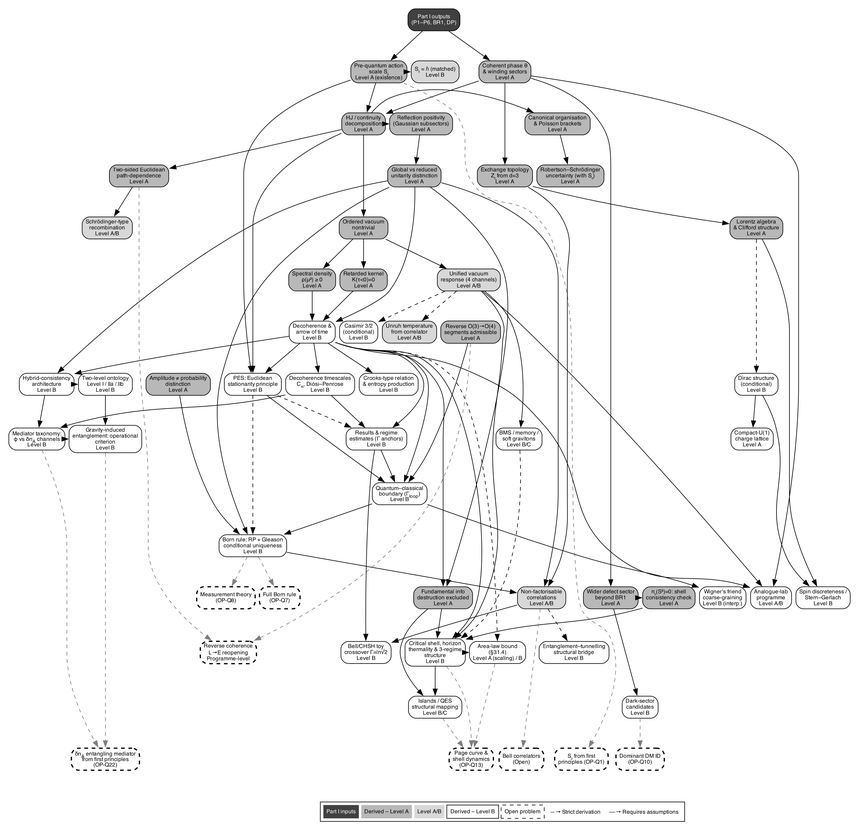
The Graphviz diagram companion/figures/fig_partIII_derivation_logic_pop.png in chufelo/ECT-preprint-code, before a commit. Its source is kept beside it as companion/scripts/fig_partIII_derivation_logic_pop.gv. Source of this version:
```dot
digraph PartIII {
  rankdir=TB;
  pad="0.2";
  margin="0";
  fontname="Helvetica";
  node [fontname="Helvetica", fontsize=9, shape=box, style="rounded,filled", margin="0.08,0.04"];
  edge [fontname="Helvetica", fontsize=7];
  splines=true;
  nodesep=0.10;
  ranksep=0.68;
  labeljust=c;

  node [fillcolor="#404040", fontcolor=white];
  inputs [label=<Part I outputs<BR/>(P1&#x2013;P6, BR1, DP)<BR/>>];

  node [fillcolor="#b8b8b8", fontcolor=black];
  phase       [label=<Coherent phase &#x03B8;<BR/>&#x26; winding sectors<BR/>Level A>];
  S0          [label=<Pre-quantum action<BR/>scale S&#x2080;<BR/>Level A (existence)>];
  HJ          [label=<HJ / continuity<BR/>decomposition<BR/>Level A>];
  RP          [label=<Reflection positivity<BR/>(Gaussian subsectors)<BR/>Level A>];
  unitarity   [label=<Global vs reduced<BR/>unitarity distinction<BR/>Level A>];
  canonical   [label=<Canonical organisation<BR/>&#x26; Poisson brackets<BR/>Level A>];
  uncertainty [label=<Robertson&#x2013;Schr&#xF6;dinger<BR/>uncertainty (with S&#x2080;)<BR/>Level A>];
  exchange    [label=<Exchange topology<BR/>Z&#x2082; from d=3<BR/>Level A>];
  path_dep    [label=<Two-sided Euclidean<BR/>path-dependence<BR/>Level A>];
  lorentz_cliff [label=<Lorentz algebra<BR/>&#x26; Clifford structure<BR/>Level A>];
  vac_nontrivial [label=<Ordered vacuum<BR/>nontrivial<BR/>Level A>];
  retarded    [label=<Retarded kernel<BR/>K(&#x03C4;&#x3C;0)=0<BR/>Level A>];
  spectral    [label=<Spectral density<BR/>&#x03C1;(&#x03BC;&#xB2;) &#x2265; 0<BR/>Level A>];
  reverse     [label=<Reverse O(3)&#x2192;O(4)<BR/>segments admissible<BR/>Level A>];
  amp_prob    [label=<Amplitude &#x2260; probability<BR/>distinction<BR/>Level A>];
  no_info_loss [label=<Fundamental info<BR/>destruction excluded<BR/>Level A>];
  wider_state [label=<Wider defect sector<BR/>beyond BR1<BR/>Level A>];
  homotopy    [label=<&#x03C0;&#x2082;(S&#xB3;)=0: shell<BR/>consistency check<BR/>Level A>];

  node [fillcolor="#d8d8d8", fontcolor=black];
  S0_match    [label=<S&#x2080; = &#x210F; (matched)<BR/>Level B>];
  schrod      [label=<Schr&#xF6;dinger-type<BR/>recombination<BR/>Level A/B>];
  unruh_T     [label=<Unruh temperature<BR/>from correlator<BR/>Level A/B>];
  unified_vac [label=<Unified vacuum<BR/>response (4 channels)<BR/>Level A/B>];
  entangle    [label=<Non-factorisable<BR/>correlations<BR/>Level A/B>];

  node [fillcolor="#ffffff", fontcolor=black];
  decoh        [label=<Decoherence &#x26;<BR/>arrow of time<BR/>Level B>];
  tau_dec      [label=<Decoherence timescales<BR/>C&#x2086;&#x2080;, Di&#xF3;si&#x2013;Penrose<BR/>Level B>];
  crooks       [label=<Crooks-type relation<BR/>&#x26; entropy production<BR/>Level B>];
  born         [label=<Born rule: RP + Gleason<BR/>conditional uniqueness<BR/>Level B>];
  qc_boundary  [label=<Quantum&#x2013;classical<BR/>boundary (&#x0393;<SUB>loop</SUB>)<BR/>Level B>];
  dirac_cond   [label=<Dirac structure<BR/>(conditional)<BR/>Level B>];
  casimir      [label=<Casimir 3/2<BR/>(conditional)<BR/>Level B>];
  charge_quant [label=<Compact-U(1)<BR/>charge lattice<BR/>Level A>];
  area_law     [label=<Area-law bound<BR/>(&#x00A7;31.4)<BR/>Level A (scaling) / B>];
  bh_shell     [label=<Critical shell, horizon<BR/>thermality &#x26; 3-regime<BR/>structure<BR/>Level B>];
  dark_cand    [label=<Dark-sector<BR/>candidates<BR/>Level B>];
  analogue     [label=<Analogue-lab<BR/>programme<BR/>Level A/B>];
  decoh_results [label=<Results &#x26; regime<BR/>estimates (&#x0393; anchors)<BR/>Level B>];
  pes          [label=<PES: Euclidean<BR/>stationarity principle<BR/>Level B>];
  wigner       [label=<Wigner&#x2019;s friend<BR/>coarse-graining<BR/>Level B (interp.)>];
  ent_tunnel   [label=<Entanglement&#x2013;tunnelling<BR/>structural bridge<BR/>Level B>];
  stern_gerlach [label=<Spin discreteness /<BR/>Stern&#x2013;Gerlach<BR/>Level B>];
  bell_toy     [label=<Bell/CHSH toy<BR/>crossover &#x0393;=ln&#x221A;2<BR/>Level B>];

  hybrid_consist [label=<Hybrid-consistency<BR/>architecture<BR/>Level B>];
  two_level      [label=<Two-level ontology<BR/>Level I / IIa / IIb<BR/>Level B>];
  gie            [label=<Gravity-induced<BR/>entanglement: operational<BR/>criterion<BR/>Level B>];
  mediator_tax   [label=<Mediator taxonomy:<BR/>&#x03C6; vs &#x03B4;n<SUB>A</SUB> channels<BR/>Level B>];
  ir_soft        [label=<BMS / memory /<BR/>soft gravitons<BR/>Level B/C>];
  islands_qes    [label=<Islands / QES<BR/>structural mapping<BR/>Level B/C>];

  node [fillcolor="white", style="rounded,dashed", fontcolor=black, penwidth=2];
  reverse_coh [label=<Reverse coherence<BR/>L&#x2192;E reopening<BR/>Programme-level>];
  born_full   [label=<Full Born rule<BR/>(OP-Q7)>];
  measurement [label=<Measurement theory<BR/>(OP-Q8)>];
  page_curve  [label=<Page curve &#x26;<BR/>shell dynamics<BR/>(OP-Q13)>];
  bell_full   [label=<Bell correlators<BR/>(Open)>];
  dark_quant  [label=<Dominant DM ID<BR/>(OP-Q10)>];
  S0_calc     [label=<S&#x2080; from first<BR/>principles (OP-Q1)>];
  delta_n_entangling [label=<&#x03B4;n<SUB>A</SUB> entangling mediator<BR/>from first principles<BR/>(OP-Q22)>];

  {rank=same; inputs}
  {rank=same; phase; S0; S0_match}
  {rank=same; HJ; canonical; RP}
  {rank=same; uncertainty; unitarity; path_dep; exchange}
  {rank=same; schrod; lorentz_cliff; vac_nontrivial}
  {rank=same; retarded; spectral; unified_vac}
  {rank=same; unruh_T; casimir}
  {rank=same; decoh; reverse}
  {rank=same; tau_dec; crooks}
  {rank=same; decoh_results}
  {rank=same; pes; amp_prob; dirac_cond}
  {rank=same; qc_boundary}
  {rank=same; born}
  {rank=same; entangle; no_info_loss; wigner; stern_gerlach}
  {rank=same; hybrid_consist; two_level}
  {rank=same; mediator_tax; gie; ir_soft}
  {rank=same; area_law; bh_shell; bell_toy; ent_tunnel; reverse_coh}
  {rank=same; islands_qes}
  {rank=same; wider_state; homotopy}
  {rank=same; dark_cand}
  {rank=same; analogue; born_full; measurement}
  {rank=same; page_curve; bell_full; dark_quant; S0_calc; delta_n_entangling}

  inputs -> phase;
  inputs -> S0;
  phase -> HJ;
  S0 -> HJ;
  HJ -> RP;
  HJ -> canonical;
  canonical -> uncertainty;
  RP -> unitarity;
  HJ -> path_dep;
  phase -> exchange;
  exchange -> lorentz_cliff;
  path_dep -> schrod;
  HJ -> vac_nontrivial;
  vac_nontrivial -> retarded;
  vac_nontrivial -> spectral;
  vac_nontrivial -> unified_vac;
  unitarity -> decoh;
  retarded -> decoh;
  spectral -> decoh;
  decoh -> crooks;
  decoh -> tau_dec;
  decoh -> qc_boundary;
  reverse -> qc_boundary;
  qc_boundary -> born;
  unitarity -> born;
  amp_prob -> born;
  exchange -> entangle;
  unitarity -> entangle;
  born -> entangle;
  unitarity -> no_info_loss;
  decoh -> no_info_loss;
  unified_vac -> bh_shell;
  decoh -> bh_shell;
  no_info_loss -> bh_shell;
  homotopy -> bh_shell;
  wider_state -> homotopy;
  phase -> wider_state;
  wider_state -> dark_cand;
  unified_vac -> analogue;
  decoh -> analogue;
  phase -> analogue;
  decoh -> pes;
  S0 -> pes;
  HJ -> pes;
  pes -> born [style=dashed];
  pes -> qc_boundary;
  decoh -> decoh_results;
  tau_dec -> decoh_results;
  pes -> decoh_results [style=dashed, constraint=false];
  decoh_results -> qc_boundary;
  qc_boundary -> wigner;
  entangle -> ent_tunnel [style=dashed];
  entangle -> bell_toy;
  decoh_results -> bell_toy;
  lorentz_cliff -> stern_gerlach;
  dirac_cond -> stern_gerlach;
  path_dep -> reverse_coh [style=dashed, color=gray50];
  reverse -> reverse_coh [style=dashed, color=gray50];
  S0 -> S0_match [style=dashed];
  lorentz_cliff -> dirac_cond [style=dashed];
  unified_vac -> casimir [style=dashed];
  unified_vac -> unruh_T [style=dashed];
  born -> born_full [style=dashed, color=gray50];
  born -> measurement [style=dashed, color=gray50];
  dirac_cond -> charge_quant;
  bh_shell -> area_law;
  decoh -> area_law [style=dashed];
  area_law -> page_curve [style=dashed, color=gray50];
  bh_shell -> page_curve [style=dashed, color=gray50];
  entangle -> bell_full [style=dashed, color=gray50];
  dark_cand -> dark_quant [style=dashed, color=gray50];
  S0 -> S0_calc [style=dashed, color=gray50];

  unitarity      -> hybrid_consist;
  decoh          -> hybrid_consist;
  hybrid_consist -> two_level;
  two_level      -> gie;
  hybrid_consist -> mediator_tax;
  mediator_tax   -> gie;
  tau_dec        -> mediator_tax;
  gie            -> delta_n_entangling [style=dashed, color=gray50];
  mediator_tax   -> delta_n_entangling [style=dashed, color=gray50];
  unified_vac    -> ir_soft;
  ir_soft        -> bh_shell [style=dashed];
  bh_shell       -> islands_qes;
  no_info_loss   -> islands_qes;
  islands_qes    -> page_curve [style=dashed, color=gray50];

  node [shape=plaintext, style="", fillcolor=white];
  legend [label=<
    <TABLE BORDER="1" CELLBORDER="0" CELLSPACING="4" CELLPADDING="5" COLOR="black">
      <TR>
        <TD BGCOLOR="#404040"><FONT COLOR="white">Part I inputs</FONT></TD>
        <TD BGCOLOR="#b8b8b8">Derived &#x2013; Level A</TD>
        <TD BGCOLOR="#d8d8d8">Level A/B</TD>
        <TD BGCOLOR="#ffffff" BORDER="1">Derived &#x2013; Level B</TD>
        <TD BORDER="1" STYLE="DASHED">Open problem</TD>
        <TD>&#x2014;&#x2192; Strict derivation</TD>
        <TD>&#x2013;&#x2013;&#x2192; Requires assumptions</TD>
      </TR>
    </TABLE>
  >];

  {rank=sink; legend}
  page_curve -> legend [style=invis];
  bell_full -> legend [style=invis];
  S0_calc -> legend [style=invis];
  delta_n_entangling -> legend [style=invis];
}
```
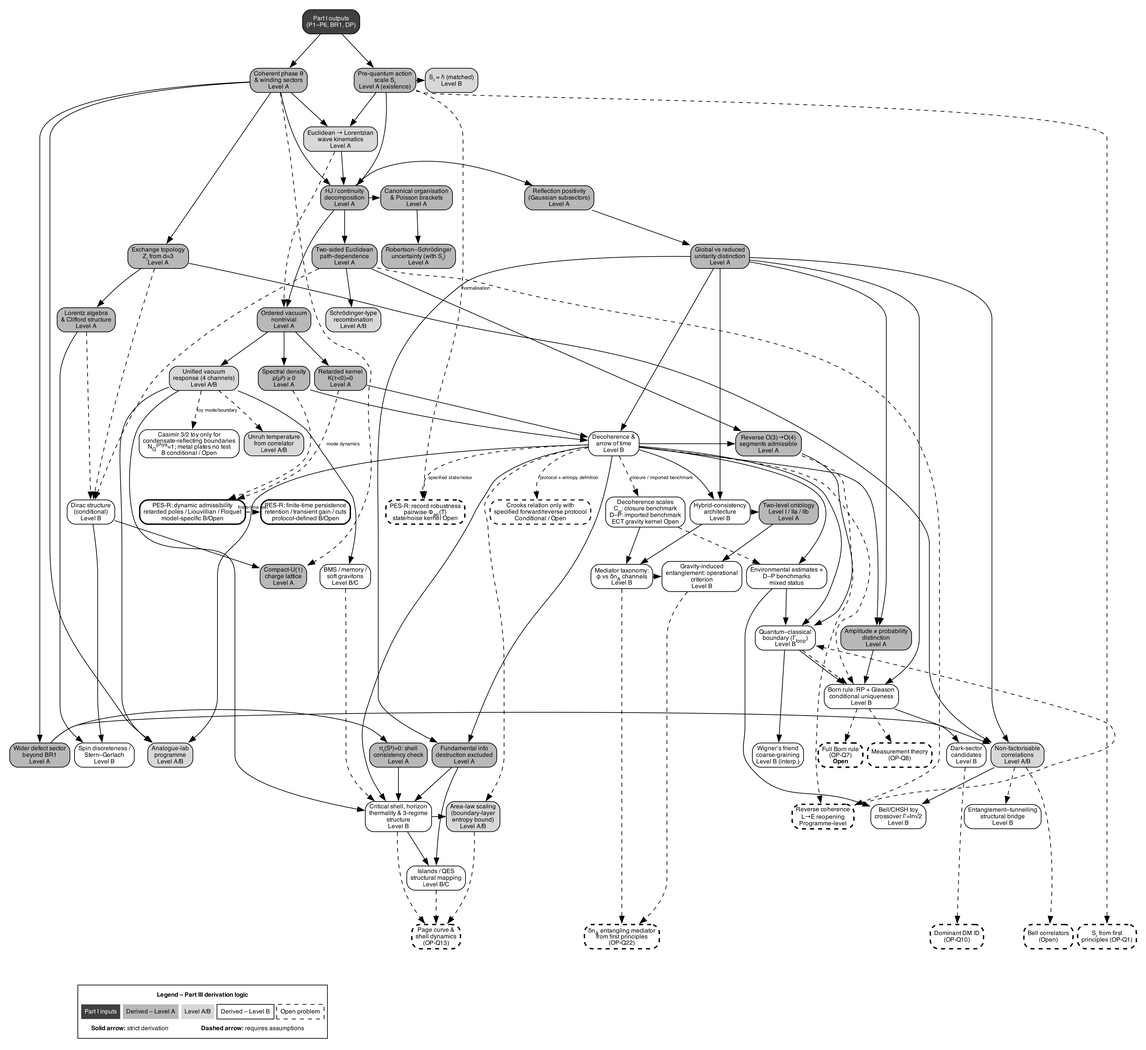
After the commit.

Change to the diagram source:
```diff
@@ -1,10 +1,12 @@
 digraph PartIII {
   rankdir=TB;
+  margin="0.05,0.05";
+  pad="0.05";
   pad="0.2";
   margin="0";
   fontname="Helvetica";
   node [fontname="Helvetica", fontsize=9, shape=box, style="rounded,filled", margin="0.08,0.04"];
-  edge [fontname="Helvetica", fontsize=7];
+  edge [fontname="Helvetica", fontsize=7, color="black"];
   splines=true;
   nodesep=0.10;
   ranksep=0.68;
@@ -31,37 +33,45 @@
   amp_prob    [label=<Amplitude &#x2260; probability<BR/>distinction<BR/>Level A>];
   no_info_loss [label=<Fundamental info<BR/>destruction excluded<BR/>Level A>];
   wider_state [label=<Wider defect sector<BR/>beyond BR1<BR/>Level A>];
+  charge_quant [label=<Compact-U(1)<BR/>charge lattice<BR/>Level A>];
+  two_level   [label=<Two-level ontology<BR/>Level I / IIa / IIb<BR/>Level A>];
   homotopy    [label=<&#x03C0;&#x2082;(S&#xB3;)=0: shell<BR/>consistency check<BR/>Level A>];
 
   node [fillcolor="#d8d8d8", fontcolor=black];
   S0_match    [label=<S&#x2080; = &#x210F; (matched)<BR/>Level B>];
+  wave_kin    [label=<Euclidean &#x2192; Lorentzian<BR/>wave kinematics<BR/>Level A>];
   schrod      [label=<Schr&#xF6;dinger-type<BR/>recombination<BR/>Level A/B>];
   unruh_T     [label=<Unruh temperature<BR/>from correlator<BR/>Level A/B>];
   unified_vac [label=<Unified vacuum<BR/>response (4 channels)<BR/>Level A/B>];
   entangle    [label=<Non-factorisable<BR/>correlations<BR/>Level A/B>];
+  area_law    [label=<Area-law scaling<BR/>(boundary-layer<BR/>entropy bound)<BR/>Level A/B>];
+  analogue     [label=<Analogue-lab<BR/>programme<BR/>Level A/B>];
 
   node [fillcolor="#ffffff", fontcolor=black];
   decoh        [label=<Decoherence &#x26;<BR/>arrow of time<BR/>Level B>];
-  tau_dec      [label=<Decoherence timescales<BR/>C&#x2086;&#x2080;, Di&#xF3;si&#x2013;Penrose<BR/>Level B>];
-  crooks       [label=<Crooks-type relation<BR/>&#x26; entropy production<BR/>Level B>];
+  tau_dec      [label=<Decoherence scales<BR/>C&#x2086;&#x2080;: closure benchmark<BR/>D&#x2013;P: imported benchmark<BR/>ECT gravity kernel Open>];
+  crooks       [label=<Crooks relation only with<BR/>specified forward/reverse protocol<BR/>Conditional / Open>,
+                style="rounded,dashed,filled", penwidth=1.5];
   born         [label=<Born rule: RP + Gleason<BR/>conditional uniqueness<BR/>Level B>];
   qc_boundary  [label=<Quantum&#x2013;classical<BR/>boundary (&#x0393;<SUB>loop</SUB>)<BR/>Level B>];
   dirac_cond   [label=<Dirac structure<BR/>(conditional)<BR/>Level B>];
-  casimir      [label=<Casimir 3/2<BR/>(conditional)<BR/>Level B>];
-  charge_quant [label=<Compact-U(1)<BR/>charge lattice<BR/>Level A>];
-  area_law     [label=<Area-law bound<BR/>(&#x00A7;31.4)<BR/>Level A (scaling) / B>];
+  casimir      [label=<Casimir 3/2 toy only for<BR/>condensate-reflecting boundaries<BR/>N<SUB>G</SUB><SUP>phys</SUP>=1; metal plates no test<BR/>B conditional / Open>];
+  area_law     [label=<Area-law scaling<BR/>(boundary-layer<BR/>entropy bound)<BR/>Level A/B>];
+  analogue     [label=<Analogue-lab<BR/>programme<BR/>Level A/B>];
   bh_shell     [label=<Critical shell, horizon<BR/>thermality &#x26; 3-regime<BR/>structure<BR/>Level B>];
   dark_cand    [label=<Dark-sector<BR/>candidates<BR/>Level B>];
-  analogue     [label=<Analogue-lab<BR/>programme<BR/>Level A/B>];
-  decoh_results [label=<Results &#x26; regime<BR/>estimates (&#x0393; anchors)<BR/>Level B>];
-  pes          [label=<PES: Euclidean<BR/>stationarity principle<BR/>Level B>];
+  decoh_results [label=<Environmental estimates +<BR/>D&#x2013;P benchmarks<BR/>mixed status>];
+  pes_dyn      [label=<PES-R: dynamic admissibility<BR/>retarded poles / Liouvillian / Floquet<BR/>model-specific B/Open>, penwidth=2.0];
+  pes_persist  [label=<PES-R: finite-time persistence<BR/>retention / transient gain / cuts<BR/>protocol-defined B/Open>, penwidth=2.0];
+  pes_record   [label=<PES-R: record robustness<BR/>pairwise &#x03A6;<SUB>ab</SUB>(T)<BR/>state/noise kernel Open>,
+                style="rounded,dashed,filled", penwidth=2.0];
   wigner       [label=<Wigner&#x2019;s friend<BR/>coarse-graining<BR/>Level B (interp.)>];
   ent_tunnel   [label=<Entanglement&#x2013;tunnelling<BR/>structural bridge<BR/>Level B>];
   stern_gerlach [label=<Spin discreteness /<BR/>Stern&#x2013;Gerlach<BR/>Level B>];
   bell_toy     [label=<Bell/CHSH toy<BR/>crossover &#x0393;=ln&#x221A;2<BR/>Level B>];
 
   hybrid_consist [label=<Hybrid-consistency<BR/>architecture<BR/>Level B>];
-  two_level      [label=<Two-level ontology<BR/>Level I / IIa / IIb<BR/>Level B>];
+
   gie            [label=<Gravity-induced<BR/>entanglement: operational<BR/>criterion<BR/>Level B>];
   mediator_tax   [label=<Mediator taxonomy:<BR/>&#x03C6; vs &#x03B4;n<SUB>A</SUB> channels<BR/>Level B>];
   ir_soft        [label=<BMS / memory /<BR/>soft gravitons<BR/>Level B/C>];
@@ -69,7 +79,7 @@
 
   node [fillcolor="white", style="rounded,dashed", fontcolor=black, penwidth=2];
   reverse_coh [label=<Reverse coherence<BR/>L&#x2192;E reopening<BR/>Programme-level>];
-  born_full   [label=<Full Born rule<BR/>(OP-Q7)>];
+  born_full   [label=<Full Born rule<BR/>(OP-Q7)<BR/><B>Open</B>>, penwidth=2.2];
   measurement [label=<Measurement theory<BR/>(OP-Q8)>];
   page_curve  [label=<Page curve &#x26;<BR/>shell dynamics<BR/>(OP-Q13)>];
   bell_full   [label=<Bell correlators<BR/>(Open)>];
@@ -81,22 +91,21 @@
   {rank=same; phase; S0; S0_match}
   {rank=same; HJ; canonical; RP}
   {rank=same; uncertainty; unitarity; path_dep; exchange}
-  {rank=same; schrod; lorentz_cliff; vac_nontrivial}
+  {rank=same; lorentz_cliff; schrod; vac_nontrivial}
   {rank=same; retarded; spectral; unified_vac}
   {rank=same; unruh_T; casimir}
   {rank=same; decoh; reverse}
   {rank=same; tau_dec; crooks}
   {rank=same; decoh_results}
-  {rank=same; pes; amp_prob; dirac_cond}
-  {rank=same; qc_boundary}
+  {rank=same; pes_dyn; pes_persist; pes_record; dirac_cond}
+  {rank=same; qc_boundary; amp_prob}
   {rank=same; born}
   {rank=same; entangle; no_info_loss; wigner; stern_gerlach}
   {rank=same; hybrid_consist; two_level}
   {rank=same; mediator_tax; gie; ir_soft}
   {rank=same; area_law; bh_shell; bell_toy; ent_tunnel; reverse_coh}
   {rank=same; islands_qes}
-  {rank=same; wider_state; homotopy}
-  {rank=same; dark_cand}
+  {rank=same; wider_state; homotopy; dark_cand}
   {rank=same; analogue; born_full; measurement}
   {rank=same; page_curve; bell_full; dark_quant; S0_calc; delta_n_entangling}
 
@@ -119,8 +128,8 @@
   unitarity -> decoh;
   retarded -> decoh;
   spectral -> decoh;
-  decoh -> crooks;
-  decoh -> tau_dec;
+  decoh -> crooks [style=dashed, label="protocol + entropy definition"];
+  decoh -> tau_dec [style=dashed, color="black", label="closure / imported benchmark"];
   decoh -> qc_boundary;
   reverse -> qc_boundary;
   qc_boundary -> born;
@@ -141,14 +150,14 @@
   unified_vac -> analogue;
   decoh -> analogue;
   phase -> analogue;
-  decoh -> pes;
-  S0 -> pes;
-  HJ -> pes;
-  pes -> born [style=dashed];
-  pes -> qc_boundary;
+  retarded -> pes_dyn [style=dashed, label="mode dynamics"];
+  spectral -> pes_dyn [style=dashed];
+  pes_dyn -> pes_persist [style=dashed, label="finite-time test"];
+  decoh -> pes_record [style=dashed, label="specified state/noise"];
+  S0 -> pes_record [style=dashed, label="normalisation"];
   decoh -> decoh_results;
-  tau_dec -> decoh_results;
-  pes -> decoh_results [style=dashed, constraint=false];
+  tau_dec -> decoh_results [style=dashed, color="black"];
+
   decoh_results -> qc_boundary;
   qc_boundary -> wigner;
   entangle -> ent_tunnel [style=dashed];
@@ -156,22 +165,22 @@
   decoh_results -> bell_toy;
   lorentz_cliff -> stern_gerlach;
   dirac_cond -> stern_gerlach;
-  path_dep -> reverse_coh [style=dashed, color=gray50];
-  reverse -> reverse_coh [style=dashed, color=gray50];
+  path_dep -> reverse_coh [style=dashed];
+  reverse -> reverse_coh [style=dashed];
   S0 -> S0_match [style=dashed];
   lorentz_cliff -> dirac_cond [style=dashed];
-  unified_vac -> casimir [style=dashed];
+  unified_vac -> casimir [style=dashed, label="toy mode/boundary"];
   unified_vac -> unruh_T [style=dashed];
-  born -> born_full [style=dashed, color=gray50];
-  born -> measurement [style=dashed, color=gray50];
+  born -> born_full [style=dashed];
+  born -> measurement [style=dashed];
   dirac_cond -> charge_quant;
   bh_shell -> area_law;
   decoh -> area_law [style=dashed];
-  area_law -> page_curve [style=dashed, color=gray50];
-  bh_shell -> page_curve [style=dashed, color=gray50];
-  entangle -> bell_full [style=dashed, color=gray50];
-  dark_cand -> dark_quant [style=dashed, color=gray50];
-  S0 -> S0_calc [style=dashed, color=gray50];
+  area_law -> page_curve [style=dashed];
+  bh_shell -> page_curve [style=dashed];
+  entangle -> bell_full [style=dashed];
+  dark_cand -> dark_quant [style=dashed];
+  S0 -> S0_calc [style=dashed];
 
   unitarity      -> hybrid_consist;
   decoh          -> hybrid_consist;
@@ -180,32 +189,49 @@
   hybrid_consist -> mediator_tax;
   mediator_tax   -> gie;
   tau_dec        -> mediator_tax;
-  gie            -> delta_n_entangling [style=dashed, color=gray50];
-  mediator_tax   -> delta_n_entangling [style=dashed, color=gray50];
+  gie            -> delta_n_entangling [style=dashed];
+  mediator_tax   -> delta_n_entangling [style=dashed];
   unified_vac    -> ir_soft;
   ir_soft        -> bh_shell [style=dashed];
   bh_shell       -> islands_qes;
   no_info_loss   -> islands_qes;
-  islands_qes    -> page_curve [style=dashed, color=gray50];
+  islands_qes    -> page_curve [style=dashed];
 
   node [shape=plaintext, style="", fillcolor=white];
+
+  phase -> wave_kin;
+  S0 -> wave_kin;
+  wave_kin -> HJ;
+  wave_kin -> vac_nontrivial [style=dashed];
+  decoh -> born [style=dashed];
+  qc_boundary -> born [style=dashed];
+  path_dep -> dirac_cond [style=dashed];
+  exchange -> dirac_cond [style=dashed];
+  phase -> charge_quant [style=dashed];
+  reverse_coh -> qc_boundary [style=dashed, constraint=false];
+  path_dep -> reverse;
+  decoh -> reverse;
+  unitarity -> amp_prob;
+  decoh -> amp_prob;
+
   legend [label=<
     <TABLE BORDER="1" CELLBORDER="0" CELLSPACING="4" CELLPADDING="5" COLOR="black">
+      <TR><TD COLSPAN="5"><B>Legend &#x2013; Part III derivation logic</B></TD></TR>
       <TR>
         <TD BGCOLOR="#404040"><FONT COLOR="white">Part I inputs</FONT></TD>
         <TD BGCOLOR="#b8b8b8">Derived &#x2013; Level A</TD>
         <TD BGCOLOR="#d8d8d8">Level A/B</TD>
         <TD BGCOLOR="#ffffff" BORDER="1">Derived &#x2013; Level B</TD>
         <TD BORDER="1" STYLE="DASHED">Open problem</TD>
-        <TD>&#x2014;&#x2192; Strict derivation</TD>
-        <TD>&#x2013;&#x2013;&#x2192; Requires assumptions</TD>
+      </TR>
+      <TR>
+        <TD COLSPAN="2"><B>Solid arrow:</B> strict derivation</TD>
+        <TD COLSPAN="3"><B>Dashed arrow:</B> requires assumptions</TD>
       </TR>
     </TABLE>
   >];
 
   {rank=sink; legend}
-  page_curve -> legend [style=invis];
-  bell_full -> legend [style=invis];
-  S0_calc -> legend [style=invis];
+  analogue -> legend [style=invis];
   delta_n_entangling -> legend [style=invis];
 }
```
